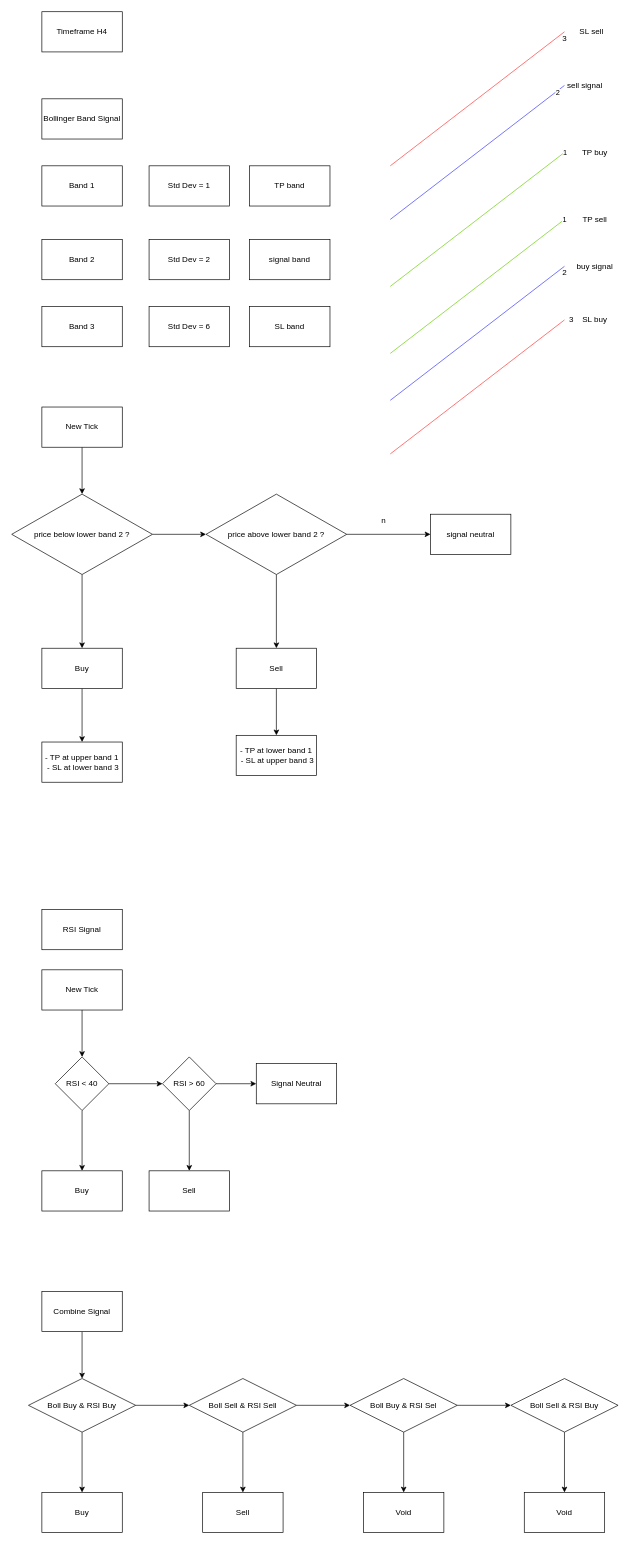
Above: page "S- Bollinger RSI" (9 of 12) of Trading Strategy Diagram.drawio in satriyop/forex-bot (draw.io), before the change. Source tidied: cells renumbered, new cells numbered last; positions are measured from the earlier drawing's top-left corner, leaving out a move shared by most shapes. Both pictures are drawn from the tidied source at 67%, with x=0, y=0 at pixel (11, 11).
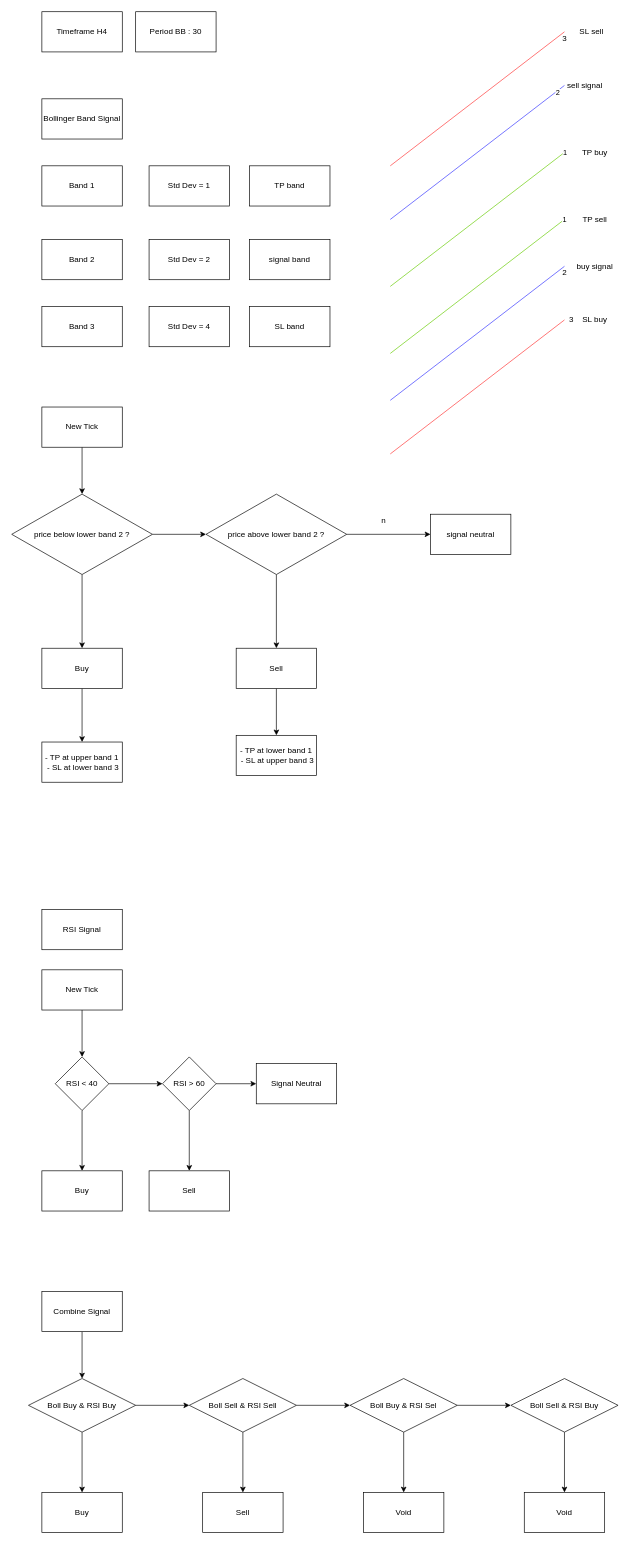
Above is the later version.

The edit, as a diff of the source:
```diff
@@
-    <mxCell id="9" value="Std Dev = 6" style="whiteSpace=wrap;html=1;" parent="1" vertex="1">
+    <mxCell id="9" value="Std Dev = 4" style="whiteSpace=wrap;html=1;" parent="1" vertex="1">
       <mxGeometry x="205" y="440" width="120" height="60" as="geometry" />
     </mxCell>
@@
+    <mxCell id="76" value="Period BB : 30" style="whiteSpace=wrap;html=1;" parent="1" vertex="1">
+      <mxGeometry x="185" width="120" height="60" as="geometry" />
+    </mxCell>
```
